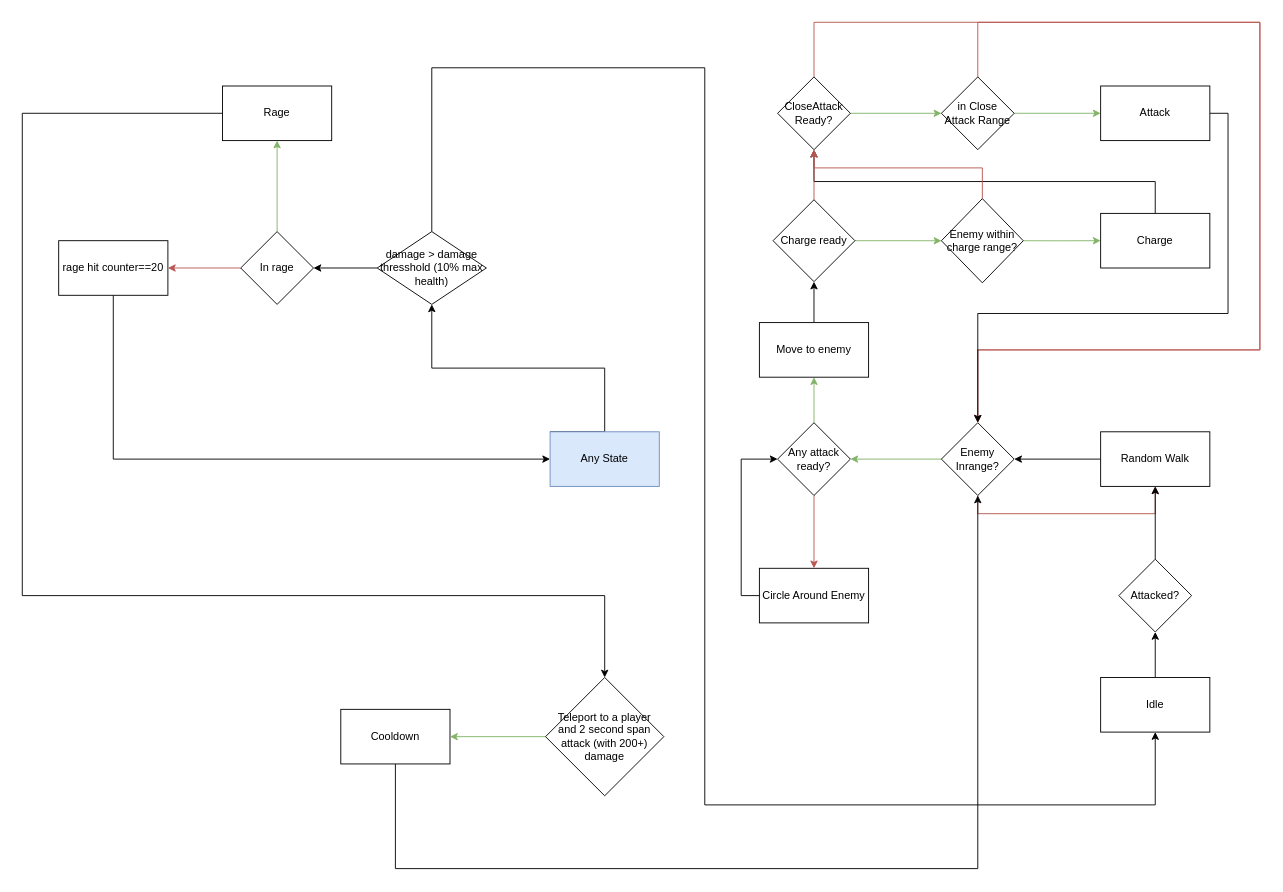
Earlier version of the draw.io diagram Diagrams/death_giver_state.drawio (MikaelHans/Git_KB_UAS). Source tidied: cells renumbered, new cells numbered last; positions are measured from the earlier drawing's top-left corner, leaving out a move shared by most shapes. Both pictures are drawn from the tidied source at 91%, with x=0, y=0 at pixel (22, 22).
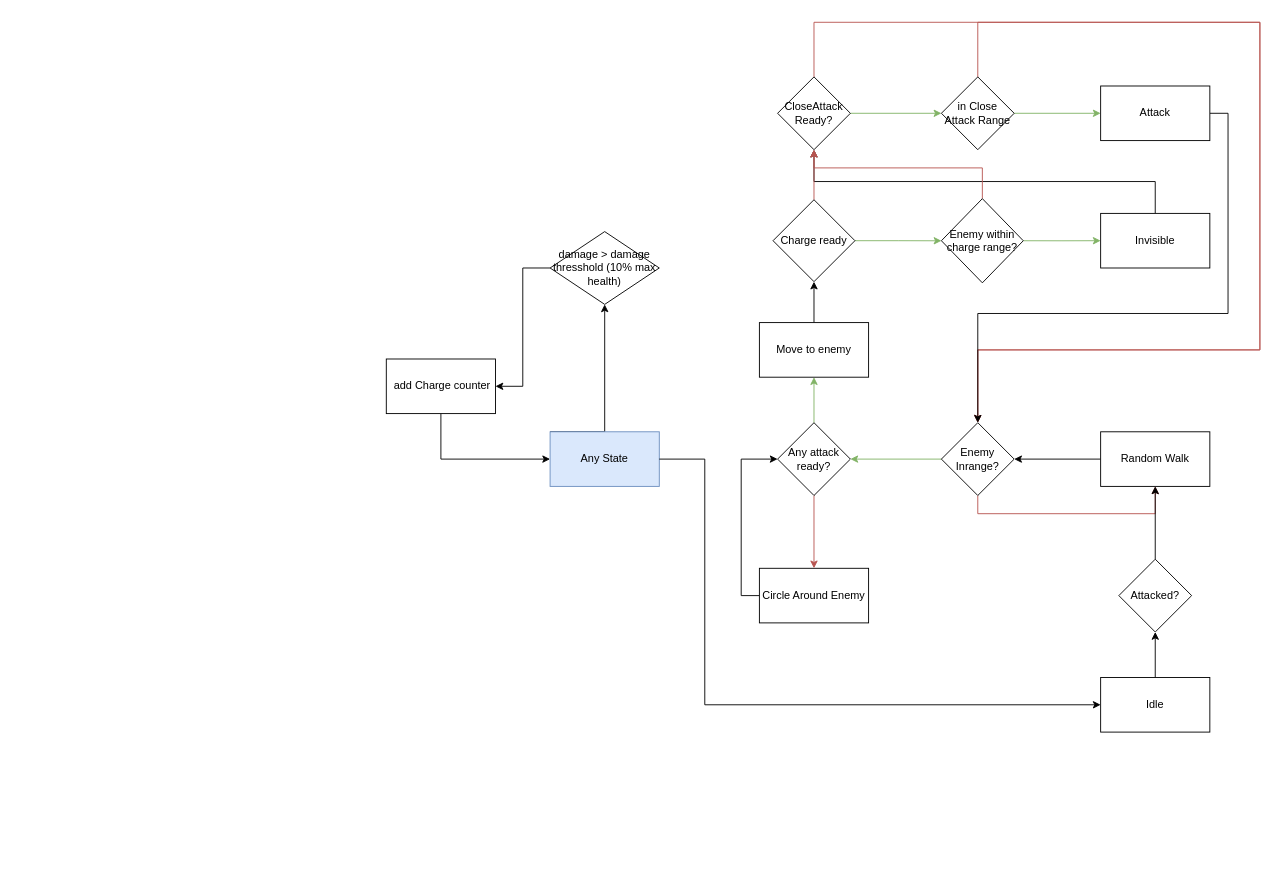
Above is the later version.

The change refers to these unchanged cells:
```xml
<mxCell id="8" value="Enemy Inrange?" style="rhombus;whiteSpace=wrap;html=1;" parent="1" vertex="1">
  <mxGeometry x="1010" y="440" width="80" height="80" as="geometry" />
</mxCell>
<mxCell id="31" value="Any State" style="rounded=0;whiteSpace=wrap;html=1;fillColor=#dae8fc;strokeColor=#6c8ebf;" parent="1" vertex="1">
  <mxGeometry x="580" y="450" width="120" height="60" as="geometry" />
</mxCell>
<mxCell id="44" value="Idle" style="rounded=0;whiteSpace=wrap;html=1;" parent="1" vertex="1">
  <mxGeometry x="1185" y="720" width="120" height="60" as="geometry" />
</mxCell>
```

Change to the diagram source:
```diff
@@
-    <mxCell id="10" value="Charge" style="rounded=0;whiteSpace=wrap;html=1;" parent="1" vertex="1">
+    <mxCell id="10" value="Invisible" style="rounded=0;whiteSpace=wrap;html=1;" parent="1" vertex="1">
       <mxGeometry x="1185" y="210" width="120" height="60" as="geometry" />
     </mxCell>
@@
     <mxCell id="30" style="edgeStyle=orthogonalEdgeStyle;rounded=0;jettySize=auto;html=1;exitX=0;exitY=0;exitDx=0;exitDy=0;entryX=0.5;entryY=1;entryDx=0;entryDy=0;" parent="1" edge="1" source="31" target="46">
       <mxGeometry relative="1" as="geometry">
         <Array as="points">
           <mxPoint x="640" y="450" />
-          <mxPoint x="640" y="380" />
-          <mxPoint x="450" y="380" />
         </Array>
       </mxGeometry>
     </mxCell>
@@
-    <mxCell id="32" style="edgeStyle=orthogonalEdgeStyle;rounded=0;jettySize=auto;html=1;exitX=0;exitY=0.5;exitDx=0;exitDy=0;" parent="1" edge="1" source="33">
-      <mxGeometry relative="1" as="geometry">
-        <mxPoint x="640" y="720" as="targetPoint" />
-        <Array as="points">
-          <mxPoint y="100" />
-          <mxPoint y="630" />
-        </Array>
-      </mxGeometry>
-    </mxCell>
-    <mxCell id="33" value="Rage" style="rounded=0;whiteSpace=wrap;html=1;" parent="1" vertex="1">
-      <mxGeometry x="220" y="70" width="120" height="60" as="geometry" />
-    </mxCell>
-    <mxCell id="34" style="edgeStyle=orthogonalEdgeStyle;rounded=0;jettySize=auto;html=1;exitX=0.5;exitY=0;exitDx=0;exitDy=0;entryX=0.5;entryY=1;entryDx=0;entryDy=0;fillColor=#d5e8d4;strokeColor=#82b366;" parent="1" edge="1" source="36" target="33">
-      <mxGeometry relative="1" as="geometry" />
-    </mxCell>
-    <mxCell id="35" style="edgeStyle=orthogonalEdgeStyle;rounded=0;jettySize=auto;html=1;exitX=0;exitY=0.5;exitDx=0;exitDy=0;fillColor=#f8cecc;strokeColor=#b85450;" parent="1" edge="1" source="36" target="38">
-      <mxGeometry relative="1" as="geometry" />
-    </mxCell>
-    <mxCell id="36" value="In rage" style="rhombus;whiteSpace=wrap;html=1;" parent="1" vertex="1">
-      <mxGeometry x="240" y="230" width="80" height="80" as="geometry" />
-    </mxCell>
     <mxCell id="37" style="edgeStyle=orthogonalEdgeStyle;rounded=0;jettySize=auto;html=1;exitX=0.5;exitY=1;exitDx=0;exitDy=0;entryX=0;entryY=0.5;entryDx=0;entryDy=0;" parent="1" edge="1" source="38" target="31">
       <mxGeometry relative="1" as="geometry">
         <Array as="points">
-          <mxPoint x="100" y="480" />
+          <mxPoint x="460" y="480" />
         </Array>
       </mxGeometry>
     </mxCell>
-    <mxCell id="38" value="rage hit counter==20" style="rounded=0;whiteSpace=wrap;html=1;" parent="1" vertex="1">
-      <mxGeometry x="40" y="240" width="120" height="60" as="geometry" />
+    <mxCell id="38" value="&amp;nbsp; add Charge counter&amp;nbsp;" style="rounded=0;whiteSpace=wrap;html=1;" parent="1" vertex="1">
+      <mxGeometry x="400" y="370" width="120" height="60" as="geometry" />
     </mxCell>
-    <mxCell id="39" style="edgeStyle=orthogonalEdgeStyle;rounded=0;jettySize=auto;html=1;exitX=0;exitY=0.5;exitDx=0;exitDy=0;fillColor=#d5e8d4;strokeColor=#82b366;" parent="1" edge="1" source="40" target="42">
-      <mxGeometry relative="1" as="geometry" />
-    </mxCell>
-    <mxCell id="40" value="Teleport to a player&lt;br&gt;and 2 second span&lt;br&gt;attack (with 200+)&lt;br&gt;damage" style="rhombus;whiteSpace=wrap;html=1;" parent="1" vertex="1">
-      <mxGeometry x="575" y="720" width="130" height="130" as="geometry" />
-    </mxCell>
-    <mxCell id="41" style="edgeStyle=orthogonalEdgeStyle;rounded=0;jettySize=auto;html=1;exitX=0.5;exitY=1;exitDx=0;exitDy=0;entryX=0.5;entryY=1;entryDx=0;entryDy=0;" parent="1" edge="1" source="42" target="8">
-      <mxGeometry relative="1" as="geometry">
-        <Array as="points">
-          <mxPoint x="410" y="930" />
-          <mxPoint x="1050" y="930" />
-        </Array>
-      </mxGeometry>
-    </mxCell>
-    <mxCell id="42" value="Cooldown" style="rounded=0;whiteSpace=wrap;html=1;" parent="1" vertex="1">
-      <mxGeometry x="350" y="755" width="120" height="60" as="geometry" />
-    </mxCell>
@@
-    <mxCell id="45" style="edgeStyle=orthogonalEdgeStyle;rounded=0;jettySize=auto;html=1;entryX=1;entryY=0.5;entryDx=0;entryDy=0;" parent="1" edge="1" source="46" target="36">
+    <mxCell id="45" style="edgeStyle=orthogonalEdgeStyle;rounded=0;jettySize=auto;html=1;entryX=1;entryY=0.5;entryDx=0;entryDy=0;" parent="1" edge="1" source="46" target="38">
       <mxGeometry relative="1" as="geometry" />
     </mxCell>
     <mxCell id="46" value="damage &amp;gt; damage thresshold (10% max health)" style="rhombus;whiteSpace=wrap;html=1;" parent="1" vertex="1">
-      <mxGeometry x="390" y="230" width="120" height="80" as="geometry" />
+      <mxGeometry x="580" y="230" width="120" height="80" as="geometry" />
     </mxCell>
-    <mxCell id="47" style="edgeStyle=orthogonalEdgeStyle;rounded=0;jettySize=auto;html=1;exitX=0.5;exitY=0;exitDx=0;exitDy=0;entryX=0.5;entryY=1;entryDx=0;entryDy=0;" parent="1" edge="1" source="46" target="44">
+    <mxCell id="47" style="edgeStyle=orthogonalEdgeStyle;rounded=0;jettySize=auto;html=1;entryX=0;entryY=0.5;entryDx=0;entryDy=0;exitX=1;exitY=0.5;exitDx=0;exitDy=0;" parent="1" edge="1" source="31" target="44">
       <mxGeometry relative="1" as="geometry">
         <Array as="points">
-          <mxPoint x="450" y="50" />
-          <mxPoint x="750" y="50" />
-          <mxPoint x="750" y="860" />
-          <mxPoint x="1245" y="860" />
+          <mxPoint x="750" y="480" />
+          <mxPoint x="750" y="750" />
         </Array>
       </mxGeometry>
     </mxCell>
```
